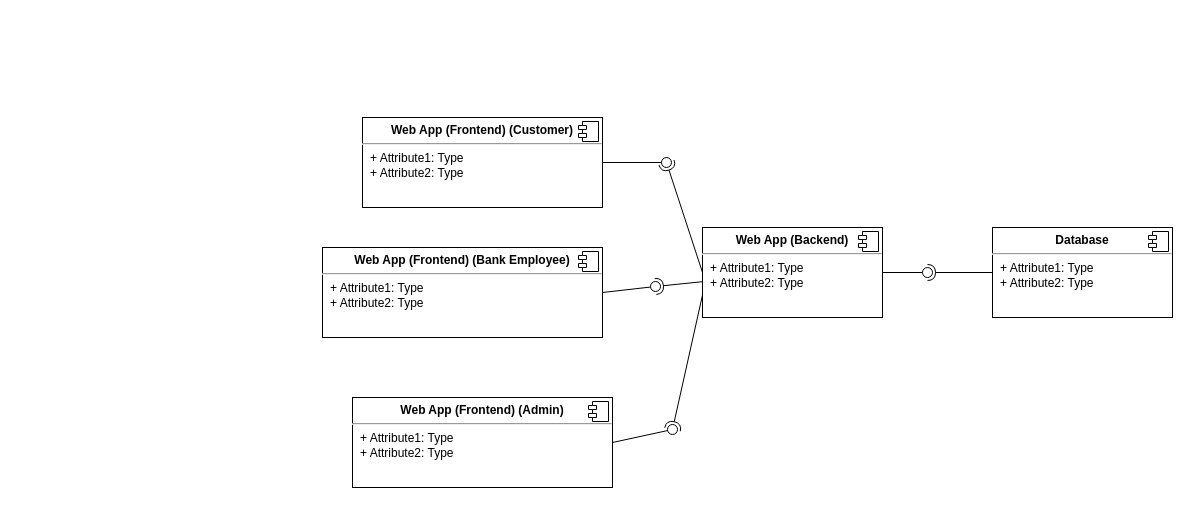
Before: ComponentsDiagram.drawio in software-engineering-2023/Agility-Overflow, a draw.io diagram. Source tidied: cells renumbered, new cells numbered last; positions are measured from the earlier drawing's top-left corner, leaving out a move shared by most shapes. Both pictures are drawn from the tidied source at 100%, with x=0, y=0 at pixel (322, 117).
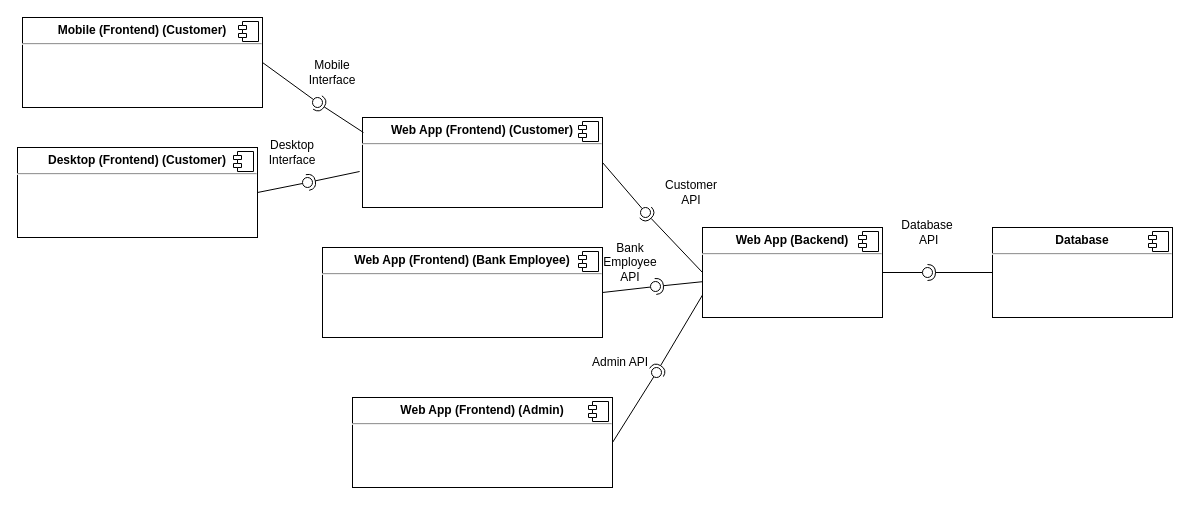
After the change.

Change to the diagram source:
```diff
@@
-    <mxCell id="2" value="&lt;p style=&quot;margin:0px;margin-top:6px;text-align:center;&quot;&gt;&lt;b&gt;Database&lt;/b&gt;&lt;br&gt;&lt;/p&gt;&lt;hr&gt;&lt;p style=&quot;margin:0px;margin-left:8px;&quot;&gt;+ Attribute1: Type&lt;br&gt;+ Attribute2: Type&lt;/p&gt;" style="align=left;overflow=fill;html=1;whiteSpace=wrap;" parent="1" vertex="1">
+    <mxCell id="2" value="&lt;p style=&quot;margin:0px;margin-top:6px;text-align:center;&quot;&gt;&lt;b&gt;Database&lt;/b&gt;&lt;br&gt;&lt;/p&gt;&lt;hr&gt;" style="align=left;overflow=fill;html=1;whiteSpace=wrap;" parent="1" vertex="1">
       <mxGeometry x="670" y="110" width="180" height="90" as="geometry" />
     </mxCell>
@@
-    <mxCell id="4" value="&lt;p style=&quot;margin:0px;margin-top:6px;text-align:center;&quot;&gt;&lt;b&gt;Web App (Frontend) (Customer)&lt;/b&gt;&lt;br&gt;&lt;/p&gt;&lt;hr&gt;&lt;p style=&quot;margin:0px;margin-left:8px;&quot;&gt;+ Attribute1: Type&lt;br&gt;+ Attribute2: Type&lt;/p&gt;" style="align=left;overflow=fill;html=1;whiteSpace=wrap;" parent="1" vertex="1">
+    <mxCell id="4" value="&lt;p style=&quot;margin:0px;margin-top:6px;text-align:center;&quot;&gt;&lt;b&gt;Web App (Frontend) (Customer)&lt;/b&gt;&lt;br&gt;&lt;/p&gt;&lt;hr&gt;&lt;p style=&quot;margin:0px;margin-left:8px;&quot;&gt;&lt;br&gt;&lt;/p&gt;" style="align=left;overflow=fill;html=1;whiteSpace=wrap;" parent="1" vertex="1">
       <mxGeometry x="40" width="240" height="90" as="geometry" />
     </mxCell>
@@
-    <mxCell id="6" value="&lt;p style=&quot;margin:0px;margin-top:6px;text-align:center;&quot;&gt;&lt;b&gt;Web App (Backend)&lt;br&gt;&lt;/b&gt;&lt;/p&gt;&lt;hr&gt;&lt;p style=&quot;margin:0px;margin-left:8px;&quot;&gt;+ Attribute1: Type&lt;br&gt;+ Attribute2: Type&lt;/p&gt;" style="align=left;overflow=fill;html=1;whiteSpace=wrap;" parent="1" vertex="1">
+    <mxCell id="6" value="&lt;p style=&quot;margin:0px;margin-top:6px;text-align:center;&quot;&gt;&lt;b&gt;Web App (Backend)&lt;br&gt;&lt;/b&gt;&lt;/p&gt;&lt;hr&gt;" style="align=left;overflow=fill;html=1;whiteSpace=wrap;" parent="1" vertex="1">
       <mxGeometry x="380" y="110" width="180" height="90" as="geometry" />
     </mxCell>
@@
     <mxCell id="13" style="ellipse;whiteSpace=wrap;html=1;align=center;points=[];outlineConnect=0;sketch=0;" parent="1" vertex="1">
-      <mxGeometry x="339" y="40" width="10" height="10" as="geometry" />
+      <mxGeometry x="318" y="90" width="10" height="10" as="geometry" />
     </mxCell>
-    <mxCell id="14" value="&lt;p style=&quot;margin:0px;margin-top:6px;text-align:center;&quot;&gt;&lt;b&gt;Web App (Frontend) (Bank Employee)&lt;/b&gt;&lt;/p&gt;&lt;hr&gt;&lt;p style=&quot;margin:0px;margin-left:8px;&quot;&gt;+ Attribute1: Type&lt;br&gt;+ Attribute2: Type&lt;/p&gt;" style="align=left;overflow=fill;html=1;whiteSpace=wrap;" parent="1" vertex="1">
+    <mxCell id="14" value="&lt;p style=&quot;margin:0px;margin-top:6px;text-align:center;&quot;&gt;&lt;b&gt;Web App (Frontend) (Bank Employee)&lt;/b&gt;&lt;/p&gt;&lt;hr&gt;" style="align=left;overflow=fill;html=1;whiteSpace=wrap;" parent="1" vertex="1">
       <mxGeometry y="130" width="280" height="90" as="geometry" />
     </mxCell>
@@
-    <mxCell id="16" value="&lt;p style=&quot;margin:0px;margin-top:6px;text-align:center;&quot;&gt;&lt;b&gt;Web App (Frontend) (Admin)&lt;/b&gt;&lt;/p&gt;&lt;p style=&quot;margin:0px;margin-top:6px;text-align:center;&quot;&gt;&lt;/p&gt;&lt;hr&gt;&lt;p style=&quot;margin:0px;margin-left:8px;&quot;&gt;+ Attribute1: Type&lt;br&gt;+ Attribute2: Type&lt;/p&gt;" style="align=left;overflow=fill;html=1;whiteSpace=wrap;" parent="1" vertex="1">
+    <mxCell id="16" value="&lt;p style=&quot;margin:0px;margin-top:6px;text-align:center;&quot;&gt;&lt;b&gt;Web App (Frontend) (Admin)&lt;/b&gt;&lt;/p&gt;&lt;p style=&quot;margin:0px;margin-top:6px;text-align:center;&quot;&gt;&lt;/p&gt;&lt;hr&gt;" style="align=left;overflow=fill;html=1;whiteSpace=wrap;" parent="1" vertex="1">
       <mxGeometry x="30" y="280" width="260" height="90" as="geometry" />
     </mxCell>
@@
     <mxCell id="20" style="ellipse;whiteSpace=wrap;html=1;align=center;points=[];outlineConnect=0;sketch=0;" parent="1" vertex="1">
-      <mxGeometry x="345" y="307" width="10" height="10" as="geometry" />
+      <mxGeometry x="329" y="250" width="10" height="10" as="geometry" />
     </mxCell>
@@
+    <mxCell id="24" value="&lt;p style=&quot;margin:0px;margin-top:6px;text-align:center;&quot;&gt;&lt;b&gt;Mobile (Frontend) (Customer)&lt;/b&gt;&lt;br&gt;&lt;/p&gt;&lt;hr&gt;&lt;p style=&quot;margin:0px;margin-left:8px;&quot;&gt;&lt;br&gt;&lt;/p&gt;" style="align=left;overflow=fill;html=1;whiteSpace=wrap;" parent="1" vertex="1">
+      <mxGeometry x="-300" y="-100" width="240" height="90" as="geometry" />
+    </mxCell>
+    <mxCell id="25" style="shape=component;jettyWidth=8;jettyHeight=4;" parent="24" vertex="1">
+      <mxGeometry x="1" width="20" height="20" relative="1" as="geometry">
+        <mxPoint x="-24" y="4" as="offset" />
+      </mxGeometry>
+    </mxCell>
+    <mxCell id="26" value="&lt;p style=&quot;margin:0px;margin-top:6px;text-align:center;&quot;&gt;&lt;b&gt;Desktop (Frontend) (Customer)&lt;/b&gt;&lt;br&gt;&lt;/p&gt;&lt;hr&gt;&lt;p style=&quot;margin:0px;margin-left:8px;&quot;&gt;&lt;br&gt;&lt;/p&gt;" style="align=left;overflow=fill;html=1;whiteSpace=wrap;" parent="1" vertex="1">
+      <mxGeometry x="-305" y="30" width="240" height="90" as="geometry" />
+    </mxCell>
+    <mxCell id="27" style="shape=component;jettyWidth=8;jettyHeight=4;" parent="26" vertex="1">
+      <mxGeometry x="1" width="20" height="20" relative="1" as="geometry">
+        <mxPoint x="-24" y="4" as="offset" />
+      </mxGeometry>
+    </mxCell>
+    <mxCell id="28" style="rounded=0;jettySize=auto;html=1;endArrow=none;endFill=0;sketch=0;sourcePerimeterSpacing=0;targetPerimeterSpacing=0;exitX=1;exitY=0.5;exitDx=0;exitDy=0;" parent="1" edge="1" source="26" target="30">
+      <mxGeometry relative="1" as="geometry" />
+    </mxCell>
+    <mxCell id="29" style="rounded=0;jettySize=auto;html=1;endArrow=halfCircle;endFill=0;entryX=0.5;entryY=0.5;endSize=6;strokeWidth=1;sketch=0;exitX=-0.012;exitY=0.6;exitDx=0;exitDy=0;exitPerimeter=0;" parent="1" edge="1" source="4" target="30">
+      <mxGeometry relative="1" as="geometry" />
+    </mxCell>
+    <mxCell id="30" style="ellipse;whiteSpace=wrap;html=1;align=center;points=[];outlineConnect=0;sketch=0;" parent="1" vertex="1">
+      <mxGeometry x="-20" y="60" width="10" height="10" as="geometry" />
+    </mxCell>
+    <mxCell id="31" style="rounded=0;jettySize=auto;html=1;endArrow=none;endFill=0;sketch=0;sourcePerimeterSpacing=0;targetPerimeterSpacing=0;exitX=1;exitY=0.5;exitDx=0;exitDy=0;" parent="1" edge="1" source="24" target="33">
+      <mxGeometry relative="1" as="geometry" />
+    </mxCell>
+    <mxCell id="32" style="rounded=0;jettySize=auto;html=1;endArrow=halfCircle;endFill=0;entryX=0.5;entryY=0.5;endSize=6;strokeWidth=1;sketch=0;exitX=0.004;exitY=0.167;exitDx=0;exitDy=0;exitPerimeter=0;" parent="1" edge="1" source="4" target="33">
+      <mxGeometry relative="1" as="geometry" />
+    </mxCell>
+    <mxCell id="33" style="ellipse;whiteSpace=wrap;html=1;align=center;points=[];outlineConnect=0;sketch=0;" parent="1" vertex="1">
+      <mxGeometry x="-10" y="-20" width="10" height="10" as="geometry" />
+    </mxCell>
+    <mxCell id="34" value="Mobile Interface" style="text;html=1;strokeColor=none;fillColor=none;align=center;verticalAlign=middle;whiteSpace=wrap;rounded=0;" parent="1" vertex="1">
+      <mxGeometry x="-20" y="-60" width="60" height="30" as="geometry" />
+    </mxCell>
+    <mxCell id="35" value="Desktop Interface" style="text;html=1;strokeColor=none;fillColor=none;align=center;verticalAlign=middle;whiteSpace=wrap;rounded=0;" parent="1" vertex="1">
+      <mxGeometry x="-60" y="20" width="60" height="30" as="geometry" />
+    </mxCell>
+    <mxCell id="36" value="Customer API" style="text;html=1;strokeColor=none;fillColor=none;align=center;verticalAlign=middle;whiteSpace=wrap;rounded=0;" parent="1" vertex="1">
+      <mxGeometry x="339" y="60" width="60" height="30" as="geometry" />
+    </mxCell>
+    <mxCell id="37" value="Bank Employee API" style="text;html=1;strokeColor=none;fillColor=none;align=center;verticalAlign=middle;whiteSpace=wrap;rounded=0;" parent="1" vertex="1">
+      <mxGeometry x="278" y="130" width="60" height="30" as="geometry" />
+    </mxCell>
+    <mxCell id="38" value="Admin API" style="text;html=1;strokeColor=none;fillColor=none;align=center;verticalAlign=middle;whiteSpace=wrap;rounded=0;" parent="1" vertex="1">
+      <mxGeometry x="268" y="230" width="60" height="30" as="geometry" />
+    </mxCell>
+    <mxCell id="39" value="&lt;div&gt;Database&lt;/div&gt;&lt;div&gt;&amp;nbsp;API&lt;/div&gt;" style="text;html=1;strokeColor=none;fillColor=none;align=center;verticalAlign=middle;whiteSpace=wrap;rounded=0;" parent="1" vertex="1">
+      <mxGeometry x="575" y="100" width="60" height="30" as="geometry" />
+    </mxCell>
```
